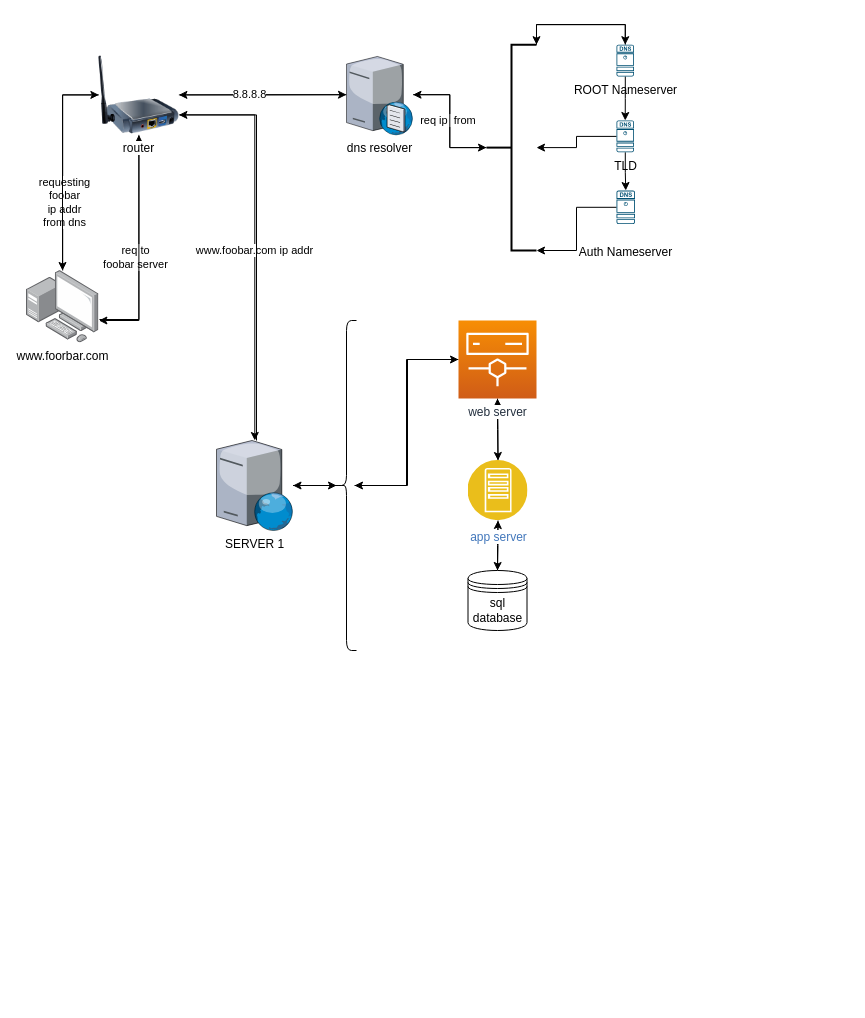
Before: Server diagram task two.drawio in jojothomas1515/alx-system_engineering-devops, a draw.io diagram. Source tidied: cells renumbered, new cells numbered last; positions are measured from the earlier drawing's top-left corner, leaving out a move shared by most shapes. Both pictures are drawn from the tidied source at 100%, with x=0, y=0 at pixel (26, 24).
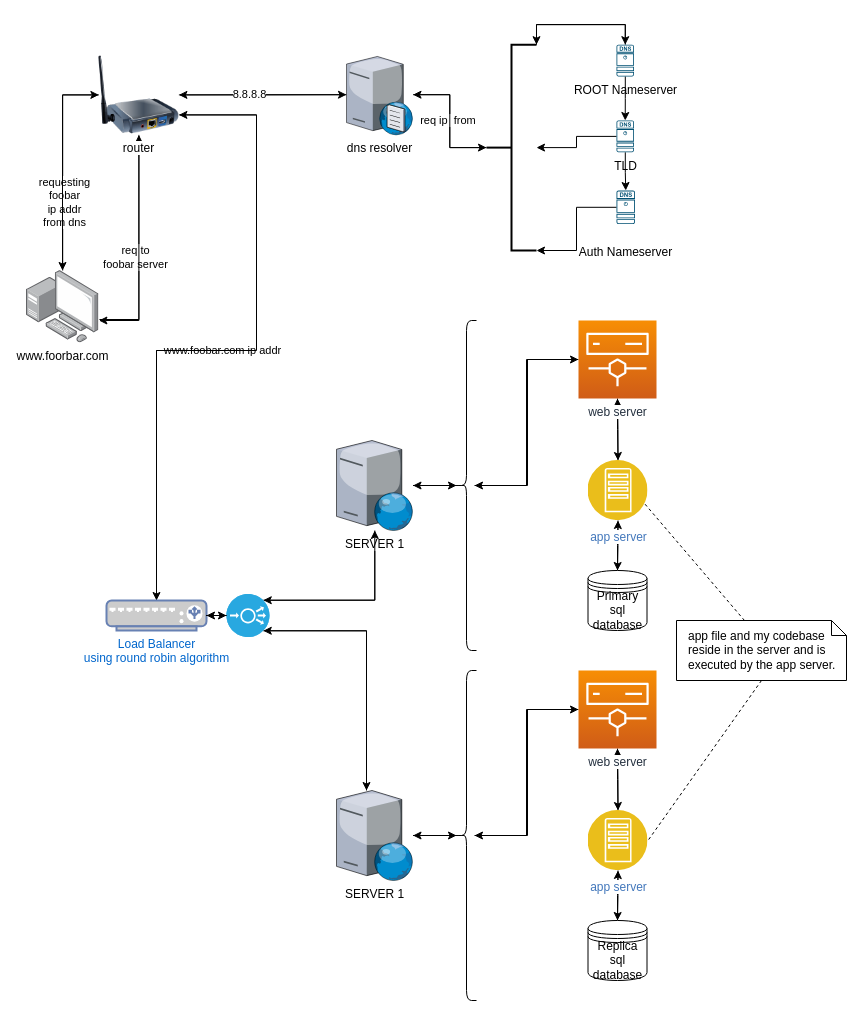
After the change.

The change refers to these unchanged cells:
```xml
<mxCell id="13" value="router" style="image;html=1;image=img/lib/clip_art/networking/Print_Server_Wireless_128x128.png;" parent="1" vertex="1">
  <mxGeometry x="72.4" y="30.4" width="80" height="80" as="geometry" />
</mxCell>
```

What changed in the source:
```diff
@@
-    <mxCell id="8" style="edgeStyle=orthogonalEdgeStyle;rounded=0;jettySize=auto;html=1;exitX=1;exitY=0.75;exitDx=0;exitDy=0;" parent="1" edge="1" source="13" target="23">
-      <mxGeometry relative="1" as="geometry" />
+    <mxCell id="8" style="edgeStyle=orthogonalEdgeStyle;rounded=0;jettySize=auto;html=1;exitX=1;exitY=0.75;exitDx=0;exitDy=0;" parent="1" edge="1" source="13" target="58">
+      <mxGeometry relative="1" as="geometry">
+        <Array as="points">
+          <mxPoint x="230" y="90" />
+          <mxPoint x="230" y="326" />
+          <mxPoint x="130" y="326" />
+        </Array>
+      </mxGeometry>
     </mxCell>
@@
-    <mxCell id="22" style="edgeStyle=orthogonalEdgeStyle;rounded=0;jettySize=auto;html=1;entryX=1;entryY=0.75;entryDx=0;entryDy=0;" parent="1" edge="1" source="23" target="13">
+    <mxCell id="22" style="edgeStyle=orthogonalEdgeStyle;rounded=0;jettySize=auto;html=1;entryX=1;entryY=0.75;entryDx=0;entryDy=0;exitX=0.5;exitY=0;exitDx=0;exitDy=0;exitPerimeter=0;" parent="1" edge="1" source="58" target="13">
       <mxGeometry relative="1" as="geometry">
         <Array as="points">
+          <mxPoint x="130" y="326" />
+          <mxPoint x="230" y="326" />
           <mxPoint x="230" y="90" />
         </Array>
       </mxGeometry>
     </mxCell>
+    <mxCell id="43" style="edgeStyle=orthogonalEdgeStyle;rounded=0;jettySize=auto;html=1;entryX=0.855;entryY=0.145;entryDx=0;entryDy=0;entryPerimeter=0;" parent="1" edge="1" source="23" target="62">
+      <mxGeometry relative="1" as="geometry">
+        <Array as="points">
+          <mxPoint x="348" y="576" />
+        </Array>
+      </mxGeometry>
+    </mxCell>
+    <mxCell id="24" style="edgeStyle=orthogonalEdgeStyle;rounded=0;jettySize=auto;html=1;exitX=0.1;exitY=0.5;exitDx=0;exitDy=0;exitPerimeter=0;" parent="1" edge="1" source="26" target="23">
+      <mxGeometry relative="1" as="geometry" />
+    </mxCell>
-    <mxCell id="23" value="SERVER 1" style="verticalLabelPosition=bottom;sketch=0;html=1;verticalAlign=top;strokeColor=none;align=center;outlineConnect=0;shape=mxgraph.citrix.web_server;" parent="1" vertex="1">
-      <mxGeometry x="190" y="416" width="76.5" height="90" as="geometry" />
+    <mxCell id="23" value="&lt;span style=&quot;background-color: rgb(255, 255, 255);&quot;&gt;SERVER 1&lt;/span&gt;" style="verticalLabelPosition=bottom;sketch=0;html=1;verticalAlign=top;strokeColor=none;align=center;outlineConnect=0;shape=mxgraph.citrix.web_server;" parent="1" vertex="1">
+      <mxGeometry x="310" y="416" width="76.5" height="90" as="geometry" />
     </mxCell>
-    <mxCell id="24" style="edgeStyle=orthogonalEdgeStyle;rounded=0;jettySize=auto;html=1;exitX=0.1;exitY=0.5;exitDx=0;exitDy=0;exitPerimeter=0;" parent="1" edge="1" source="26" target="23">
-      <mxGeometry relative="1" as="geometry" />
-    </mxCell>
     <mxCell id="25" style="edgeStyle=orthogonalEdgeStyle;rounded=0;jettySize=auto;html=1;exitX=0.9;exitY=0.5;exitDx=0;exitDy=0;exitPerimeter=0;" parent="1" edge="1" source="26" target="34">
       <mxGeometry relative="1" as="geometry">
         <Array as="points">
-          <mxPoint x="381" y="461" />
-          <mxPoint x="381" y="335" />
+          <mxPoint x="501" y="461" />
+          <mxPoint x="501" y="335" />
         </Array>
       </mxGeometry>
     </mxCell>
     <mxCell id="26" style="shape=curlyBracket;whiteSpace=wrap;html=1;rounded=1;labelPosition=left;verticalLabelPosition=middle;align=right;verticalAlign=middle;size=0.5;" parent="1" vertex="1">
-      <mxGeometry x="310" y="296" width="20" height="330" as="geometry" />
+      <mxGeometry x="430" y="296" width="20" height="330" as="geometry" />
     </mxCell>
@@
-    <mxCell id="28" value="sql database" style="shape=datastore;whiteSpace=wrap;html=1;" parent="1" vertex="1">
-      <mxGeometry x="441.5" y="546" width="59" height="60" as="geometry" />
+    <mxCell id="28" value="Primary&lt;br&gt;sql database" style="shape=datastore;whiteSpace=wrap;html=1;" parent="1" vertex="1">
+      <mxGeometry x="561.5" y="546" width="59" height="60" as="geometry" />
     </mxCell>
@@
     <mxCell id="31" value="app server" style="image;perimeter=ellipsePerimeter;html=1;align=center;shadow=0;dashed=0;fontColor=#4277BB;labelBackgroundColor=default;fontSize=12;spacingTop=3;image=img/lib/ibm/applications/app_server.svg;" parent="1" vertex="1">
-      <mxGeometry x="441.5" y="436" width="60" height="60" as="geometry" />
+      <mxGeometry x="561.5" y="436" width="60" height="60" as="geometry" />
     </mxCell>
@@
     <mxCell id="33" style="edgeStyle=orthogonalEdgeStyle;rounded=0;jettySize=auto;html=1;entryX=0.9;entryY=0.5;entryDx=0;entryDy=0;entryPerimeter=0;" parent="1" edge="1" source="34" target="26">
       <mxGeometry relative="1" as="geometry">
         <Array as="points">
-          <mxPoint x="380" y="335" />
-          <mxPoint x="380" y="461" />
+          <mxPoint x="500" y="335" />
+          <mxPoint x="500" y="461" />
         </Array>
       </mxGeometry>
     </mxCell>
     <mxCell id="34" value="&lt;span style=&quot;background-color: rgb(255, 255, 255);&quot;&gt;web server&lt;/span&gt;" style="sketch=0;points=[[0,0,0],[0.25,0,0],[0.5,0,0],[0.75,0,0],[1,0,0],[0,1,0],[0.25,1,0],[0.5,1,0],[0.75,1,0],[1,1,0],[0,0.25,0],[0,0.5,0],[0,0.75,0],[1,0.25,0],[1,0.5,0],[1,0.75,0]];outlineConnect=0;fontColor=#232F3E;gradientColor=#F78E04;gradientDirection=north;fillColor=#D05C17;strokeColor=#ffffff;dashed=0;verticalLabelPosition=bottom;verticalAlign=top;align=center;html=1;fontSize=12;fontStyle=0;shape=mxgraph.aws4.resourceIcon;resIcon=mxgraph.aws4.elemental;" parent="1" vertex="1">
-      <mxGeometry x="432" y="296" width="78" height="78" as="geometry" />
+      <mxGeometry x="552" y="296" width="78" height="78" as="geometry" />
     </mxCell>
@@
+    <mxCell id="44" style="edgeStyle=orthogonalEdgeStyle;rounded=0;jettySize=auto;html=1;" parent="1" edge="1" source="46" target="49">
+      <mxGeometry relative="1" as="geometry" />
+    </mxCell>
+    <mxCell id="45" style="edgeStyle=orthogonalEdgeStyle;rounded=0;jettySize=auto;html=1;entryX=0.855;entryY=0.855;entryDx=0;entryDy=0;entryPerimeter=0;" parent="1" edge="1" source="46" target="62">
+      <mxGeometry relative="1" as="geometry">
+        <Array as="points">
+          <mxPoint x="340" y="606" />
+        </Array>
+      </mxGeometry>
+    </mxCell>
+    <mxCell id="46" value="SERVER 1" style="verticalLabelPosition=bottom;sketch=0;html=1;verticalAlign=top;strokeColor=none;align=center;outlineConnect=0;shape=mxgraph.citrix.web_server;" parent="1" vertex="1">
+      <mxGeometry x="310" y="766" width="76.5" height="90" as="geometry" />
+    </mxCell>
+    <mxCell id="47" style="edgeStyle=orthogonalEdgeStyle;rounded=0;jettySize=auto;html=1;exitX=0.1;exitY=0.5;exitDx=0;exitDy=0;exitPerimeter=0;" parent="1" edge="1" source="49" target="46">
+      <mxGeometry relative="1" as="geometry" />
+    </mxCell>
+    <mxCell id="48" style="edgeStyle=orthogonalEdgeStyle;rounded=0;jettySize=auto;html=1;exitX=0.9;exitY=0.5;exitDx=0;exitDy=0;exitPerimeter=0;" parent="1" edge="1" source="49" target="57">
+      <mxGeometry relative="1" as="geometry">
+        <Array as="points">
+          <mxPoint x="501" y="811" />
+          <mxPoint x="501" y="685" />
+        </Array>
+      </mxGeometry>
+    </mxCell>
+    <mxCell id="49" style="shape=curlyBracket;whiteSpace=wrap;html=1;rounded=1;labelPosition=left;verticalLabelPosition=middle;align=right;verticalAlign=middle;size=0.5;" parent="1" vertex="1">
+      <mxGeometry x="430" y="646" width="20" height="330" as="geometry" />
+    </mxCell>
+    <mxCell id="50" style="edgeStyle=orthogonalEdgeStyle;rounded=0;jettySize=auto;html=1;" parent="1" edge="1" source="51" target="54">
+      <mxGeometry relative="1" as="geometry" />
+    </mxCell>
+    <mxCell id="51" value="Replica&lt;br&gt;sql database" style="shape=datastore;whiteSpace=wrap;html=1;" parent="1" vertex="1">
+      <mxGeometry x="561.5" y="896" width="59" height="60" as="geometry" />
+    </mxCell>
+    <mxCell id="52" style="edgeStyle=orthogonalEdgeStyle;rounded=0;jettySize=auto;html=1;" parent="1" edge="1" source="54" target="51">
+      <mxGeometry relative="1" as="geometry" />
+    </mxCell>
+    <mxCell id="53" style="edgeStyle=orthogonalEdgeStyle;rounded=0;jettySize=auto;html=1;" parent="1" edge="1" source="54" target="57">
+      <mxGeometry relative="1" as="geometry" />
+    </mxCell>
+    <mxCell id="54" value="app server" style="image;perimeter=ellipsePerimeter;html=1;align=center;shadow=0;dashed=0;fontColor=#4277BB;labelBackgroundColor=default;fontSize=12;spacingTop=3;image=img/lib/ibm/applications/app_server.svg;" parent="1" vertex="1">
+      <mxGeometry x="561.5" y="786" width="60" height="60" as="geometry" />
+    </mxCell>
+    <mxCell id="55" style="edgeStyle=orthogonalEdgeStyle;rounded=0;jettySize=auto;html=1;" parent="1" edge="1" source="57" target="54">
+      <mxGeometry relative="1" as="geometry" />
+    </mxCell>
+    <mxCell id="56" style="edgeStyle=orthogonalEdgeStyle;rounded=0;jettySize=auto;html=1;entryX=0.9;entryY=0.5;entryDx=0;entryDy=0;entryPerimeter=0;" parent="1" edge="1" source="57" target="49">
+      <mxGeometry relative="1" as="geometry">
+        <Array as="points">
+          <mxPoint x="500" y="685" />
+          <mxPoint x="500" y="811" />
+        </Array>
+      </mxGeometry>
+    </mxCell>
+    <mxCell id="57" value="&lt;span style=&quot;background-color: rgb(255, 255, 255);&quot;&gt;web server&lt;/span&gt;" style="sketch=0;points=[[0,0,0],[0.25,0,0],[0.5,0,0],[0.75,0,0],[1,0,0],[0,1,0],[0.25,1,0],[0.5,1,0],[0.75,1,0],[1,1,0],[0,0.25,0],[0,0.5,0],[0,0.75,0],[1,0.25,0],[1,0.5,0],[1,0.75,0]];outlineConnect=0;fontColor=#232F3E;gradientColor=#F78E04;gradientDirection=north;fillColor=#D05C17;strokeColor=#ffffff;dashed=0;verticalLabelPosition=bottom;verticalAlign=top;align=center;html=1;fontSize=12;fontStyle=0;shape=mxgraph.aws4.resourceIcon;resIcon=mxgraph.aws4.elemental;" parent="1" vertex="1">
+      <mxGeometry x="552" y="646" width="78" height="78" as="geometry" />
+    </mxCell>
+    <mxCell id="58" value="Load Balancer&lt;br&gt;using round robin algorithm" style="fontColor=#0066CC;verticalAlign=top;verticalLabelPosition=bottom;labelPosition=center;align=center;html=1;outlineConnect=0;fillColor=#CCCCCC;strokeColor=#6881B3;gradientColor=none;gradientDirection=north;strokeWidth=2;shape=mxgraph.networks.load_balancer;" parent="1" vertex="1">
+      <mxGeometry x="80" y="576" width="100" height="30" as="geometry" />
+    </mxCell>
+    <mxCell id="59" style="edgeStyle=orthogonalEdgeStyle;rounded=0;jettySize=auto;html=1;entryX=1;entryY=0.5;entryDx=0;entryDy=0;entryPerimeter=0;" parent="1" edge="1" source="62" target="58">
+      <mxGeometry relative="1" as="geometry" />
+    </mxCell>
+    <mxCell id="60" style="edgeStyle=orthogonalEdgeStyle;rounded=0;jettySize=auto;html=1;exitX=0.855;exitY=0.145;exitDx=0;exitDy=0;exitPerimeter=0;" parent="1" edge="1" source="62" target="23">
+      <mxGeometry relative="1" as="geometry" />
+    </mxCell>
+    <mxCell id="61" style="edgeStyle=orthogonalEdgeStyle;rounded=0;jettySize=auto;html=1;exitX=0.855;exitY=0.855;exitDx=0;exitDy=0;exitPerimeter=0;" parent="1" edge="1" source="62" target="46">
+      <mxGeometry relative="1" as="geometry">
+        <Array as="points">
+          <mxPoint x="340" y="606" />
+        </Array>
+      </mxGeometry>
+    </mxCell>
+    <mxCell id="62" style="fillColor=#28A8E0;verticalLabelPosition=bottom;sketch=0;html=1;strokeColor=#ffffff;verticalAlign=top;align=center;points=[[0.145,0.145,0],[0.5,0,0],[0.855,0.145,0],[1,0.5,0],[0.855,0.855,0],[0.5,1,0],[0.145,0.855,0],[0,0.5,0]];shape=mxgraph.cisco_safe.compositeIcon;bgIcon=ellipse;resIcon=mxgraph.cisco_safe.capability.load_balancer;" parent="1" vertex="1">
+      <mxGeometry x="200" y="569.5" width="43" height="43" as="geometry" />
+    </mxCell>
+    <mxCell id="63" style="edgeStyle=orthogonalEdgeStyle;rounded=0;jettySize=auto;html=1;" parent="1" edge="1" source="58" target="62">
+      <mxGeometry relative="1" as="geometry" />
+    </mxCell>
+    <mxCell id="64" value="app file and my codebase reside in the server and is executed by the app server." style="shape=note;size=15;align=left;spacingLeft=10;html=1;whiteSpace=wrap;" parent="1" vertex="1">
+      <mxGeometry x="650" y="596" width="170" height="60" as="geometry" />
+    </mxCell>
+    <mxCell id="65" style="edgeStyle=none;endArrow=none;exitX=0.4;exitY=0;dashed=1;html=1;rounded=0;entryX=1;entryY=0.75;entryDx=0;entryDy=0;" parent="1" edge="1" source="64" target="31">
+      <mxGeometry x="1" relative="1" as="geometry" />
+    </mxCell>
+    <mxCell id="66" style="edgeStyle=none;endArrow=none;exitX=0.5;exitY=1;dashed=1;html=1;rounded=0;entryX=1;entryY=0.5;entryDx=0;entryDy=0;exitDx=0;exitDy=0;exitPerimeter=0;" parent="1" edge="1" source="64" target="54">
+      <mxGeometry x="1" relative="1" as="geometry" />
+    </mxCell>
```
